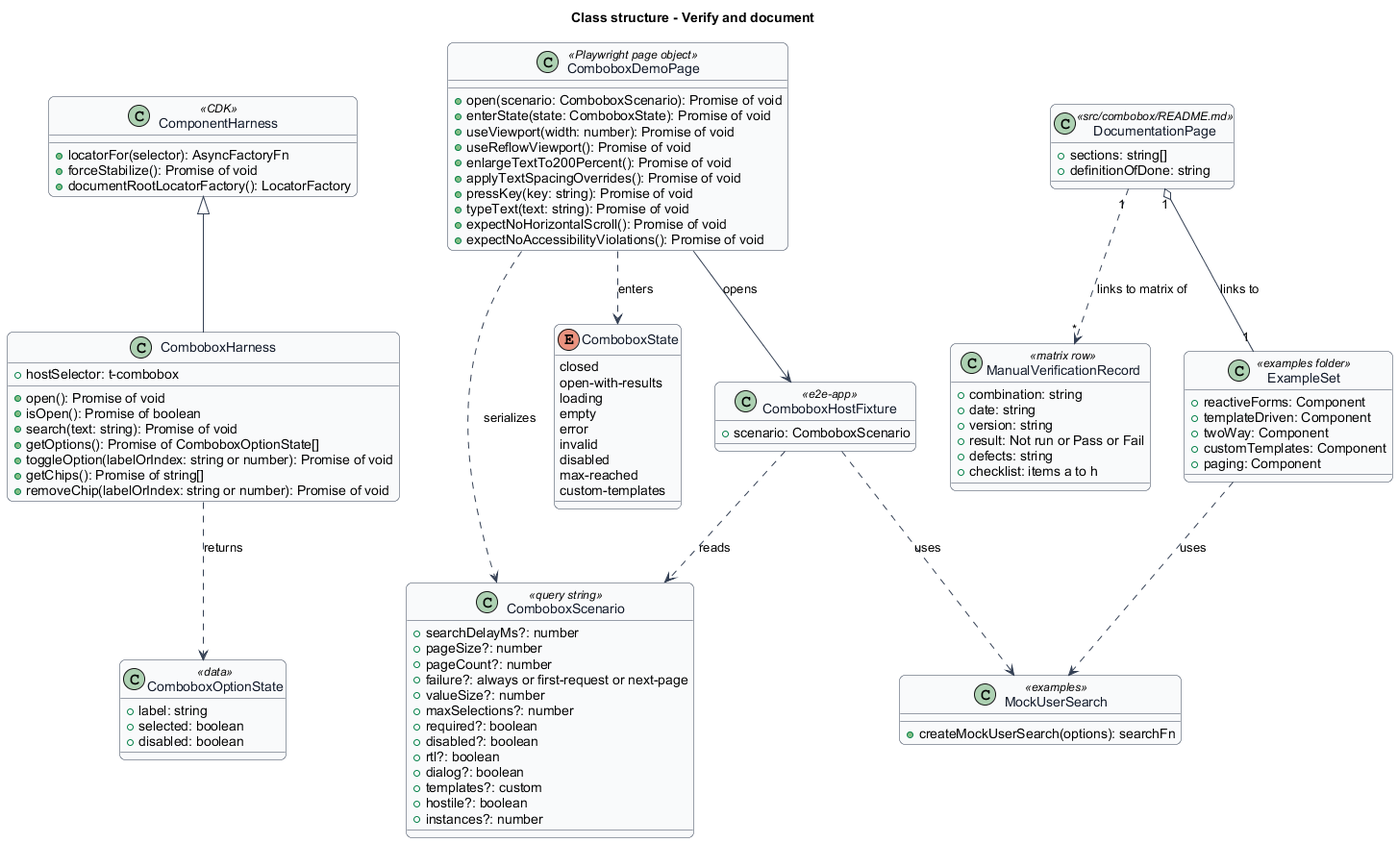
Earlier version of the PlantUML export docs/detailed-designs/combobox/verify-and-document/diagrams/class-structure.png (QuinntyneBrown/Tessera).
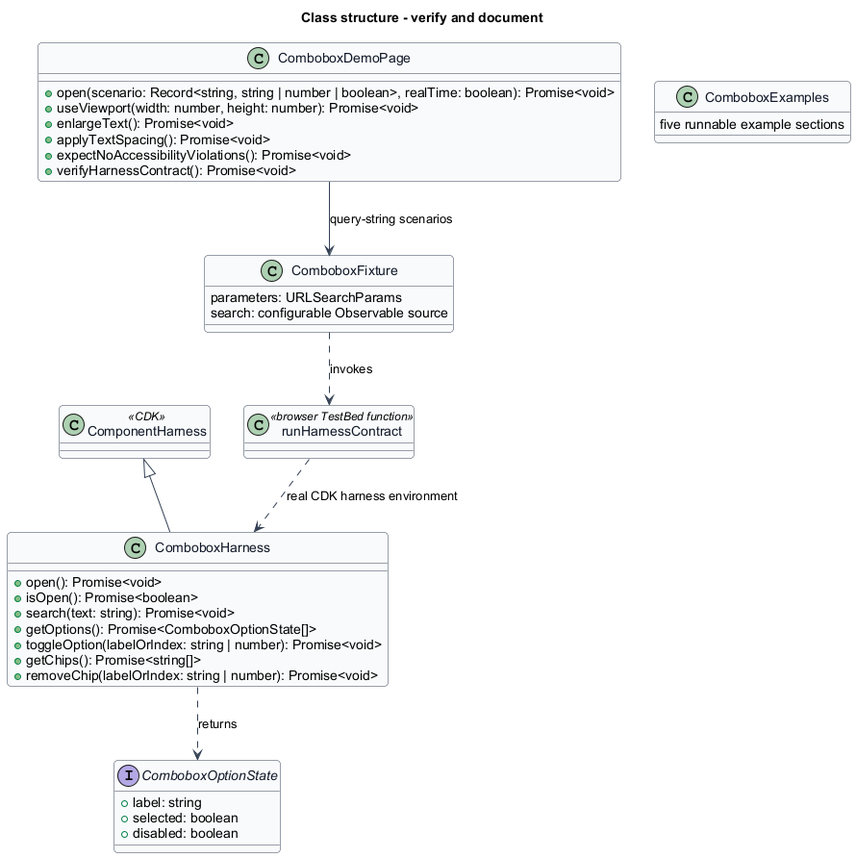
The same diagram one commit later.

What changed in the source:
```diff
@@ -1,115 +1,49 @@
 @startuml
-title Class structure - Verify and document
 skinparam backgroundColor #FFFFFF
 skinparam shadowing false
-skinparam roundcorner 12
+skinparam roundcorner 8
 skinparam defaultFontName Arial
 skinparam ArrowColor #344054
-skinparam rectangle {
-  BorderColor #344054
-  FontColor #101828
-}
-skinparam package {
-  BorderColor #667085
-  FontColor #101828
-  BackgroundColor #F9FAFB
-}
 skinparam class {
   BorderColor #344054
   FontColor #101828
   BackgroundColor #F9FAFB
 }
-class ComponentHarness <<CDK>> {
-  +locatorFor(selector): AsyncFactoryFn
-  +forceStabilize(): Promise of void
-  +documentRootLocatorFactory(): LocatorFactory
+title Class structure - verify and document
+class ComponentHarness <<CDK>>
+class ComboboxHarness {
+  +open(): Promise<void>
+  +isOpen(): Promise<boolean>
+  +search(text: string): Promise<void>
+  +getOptions(): Promise<ComboboxOptionState[]>
+  +toggleOption(labelOrIndex: string | number): Promise<void>
+  +getChips(): Promise<string[]>
+  +removeChip(labelOrIndex: string | number): Promise<void>
 }
-class ComboboxHarness {
-  +hostSelector: t-combobox
-  +open(): Promise of void
-  +isOpen(): Promise of boolean
-  +search(text: string): Promise of void
-  +getOptions(): Promise of ComboboxOptionState[]
-  +toggleOption(labelOrIndex: string or number): Promise of void
-  +getChips(): Promise of string[]
-  +removeChip(labelOrIndex: string or number): Promise of void
-}
-class ComboboxOptionState <<data>> {
+interface ComboboxOptionState {
   +label: string
   +selected: boolean
   +disabled: boolean
 }
-class ComboboxDemoPage <<Playwright page object>> {
-  +open(scenario: ComboboxScenario): Promise of void
-  +enterState(state: ComboboxState): Promise of void
-  +useViewport(width: number): Promise of void
-  +useReflowViewport(): Promise of void
-  +enlargeTextTo200Percent(): Promise of void
-  +applyTextSpacingOverrides(): Promise of void
-  +pressKey(key: string): Promise of void
-  +typeText(text: string): Promise of void
-  +expectNoHorizontalScroll(): Promise of void
-  +expectNoAccessibilityViolations(): Promise of void
+class ComboboxDemoPage {
+  +open(scenario: Record<string, string | number | boolean>, realTime: boolean): Promise<void>
+  +useViewport(width: number, height: number): Promise<void>
+  +enlargeText(): Promise<void>
+  +applyTextSpacing(): Promise<void>
+  +expectNoAccessibilityViolations(): Promise<void>
+  +verifyHarnessContract(): Promise<void>
 }
-class ComboboxScenario <<query string>> {
-  +searchDelayMs?: number
-  +pageSize?: number
-  +pageCount?: number
-  +failure?: always or first-request or next-page
-  +valueSize?: number
-  +maxSelections?: number
-  +required?: boolean
-  +disabled?: boolean
-  +rtl?: boolean
-  +dialog?: boolean
-  +templates?: custom
-  +hostile?: boolean
-  +instances?: number
+class ComboboxFixture {
+  parameters: URLSearchParams
+  search: configurable Observable source
 }
-enum ComboboxState {
-  closed
-  open-with-results
-  loading
-  empty
-  error
-  invalid
-  disabled
-  max-reached
-  custom-templates
-}
-class ComboboxHostFixture <<e2e-app>> {
-  +scenario: ComboboxScenario
-}
-class MockUserSearch <<examples>> {
-  +createMockUserSearch(options): searchFn
-}
-class ManualVerificationRecord <<matrix row>> {
-  +combination: string
-  +date: string
-  +version: string
-  +result: Not run or Pass or Fail
-  +defects: string
-  +checklist: items a to h
-}
-class DocumentationPage <<src/combobox/README.md>> {
-  +sections: string[]
-  +definitionOfDone: string
-}
-class ExampleSet <<examples folder>> {
-  +reactiveForms: Component
-  +templateDriven: Component
-  +twoWay: Component
-  +customTemplates: Component
-  +paging: Component
+class "runHarnessContract" as Contract <<browser TestBed function>>
+class ComboboxExamples {
+  five runnable example sections
 }
 ComponentHarness <|-- ComboboxHarness
 ComboboxHarness ..> ComboboxOptionState : returns
-ComboboxDemoPage ..> ComboboxScenario : serializes
-ComboboxDemoPage ..> ComboboxState : enters
-ComboboxDemoPage --> ComboboxHostFixture : opens
-ComboboxHostFixture ..> ComboboxScenario : reads
-ComboboxHostFixture ..> MockUserSearch : uses
-ExampleSet ..> MockUserSearch : uses
-DocumentationPage "1" o-- "1" ExampleSet : links to
-DocumentationPage "1" ..> "*" ManualVerificationRecord : links to matrix of
+ComboboxDemoPage --> ComboboxFixture : query-string scenarios
+ComboboxFixture ..> Contract : invokes
+Contract ..> ComboboxHarness : real CDK harness environment
 @enduml
```
